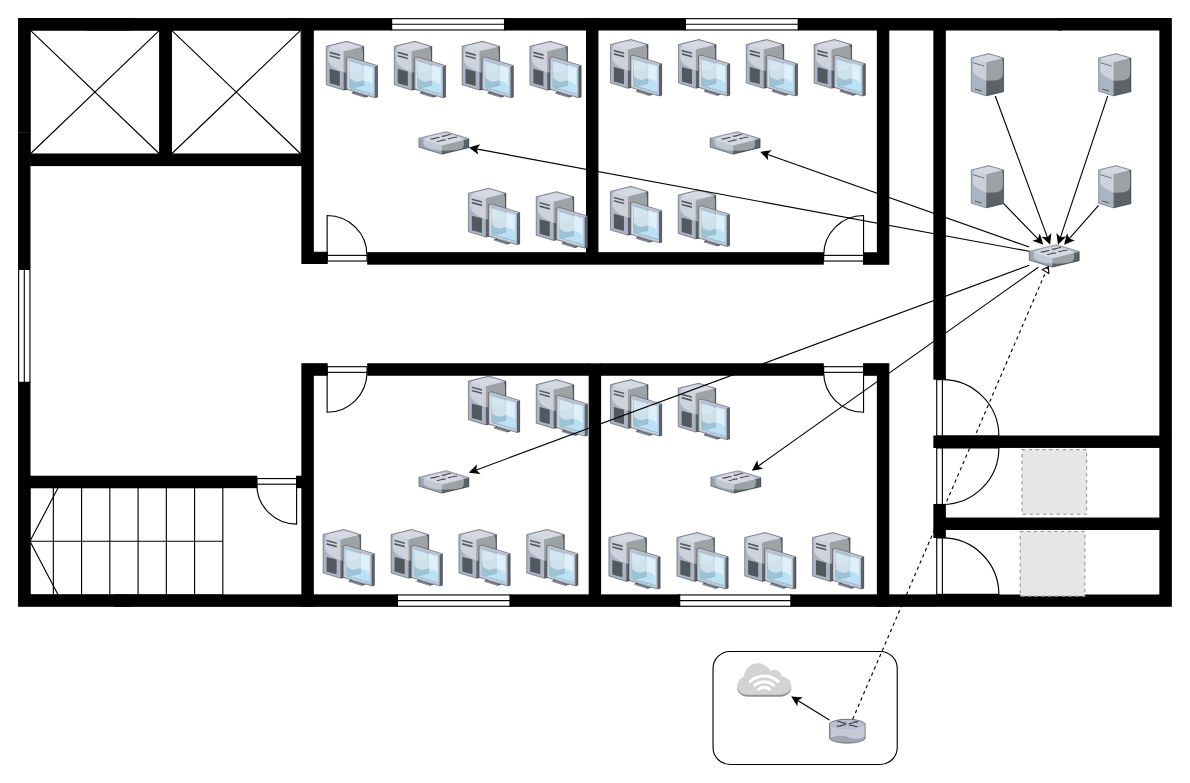
This is page "t3" (3 of 6) of Biểu đồ không có tiêu đề.drawio from thdngh/jdz, a draw.io file, before an edit. Source tidied: cells renumbered, new cells numbered last; positions are measured from the earlier drawing's top-left corner, leaving out a move shared by most shapes. Both pictures are drawn from the tidied source at 113%, with x=0, y=0 at pixel (-33, 18). Pictures stored in the file or linked from it are replaced by grey dashed boxes.
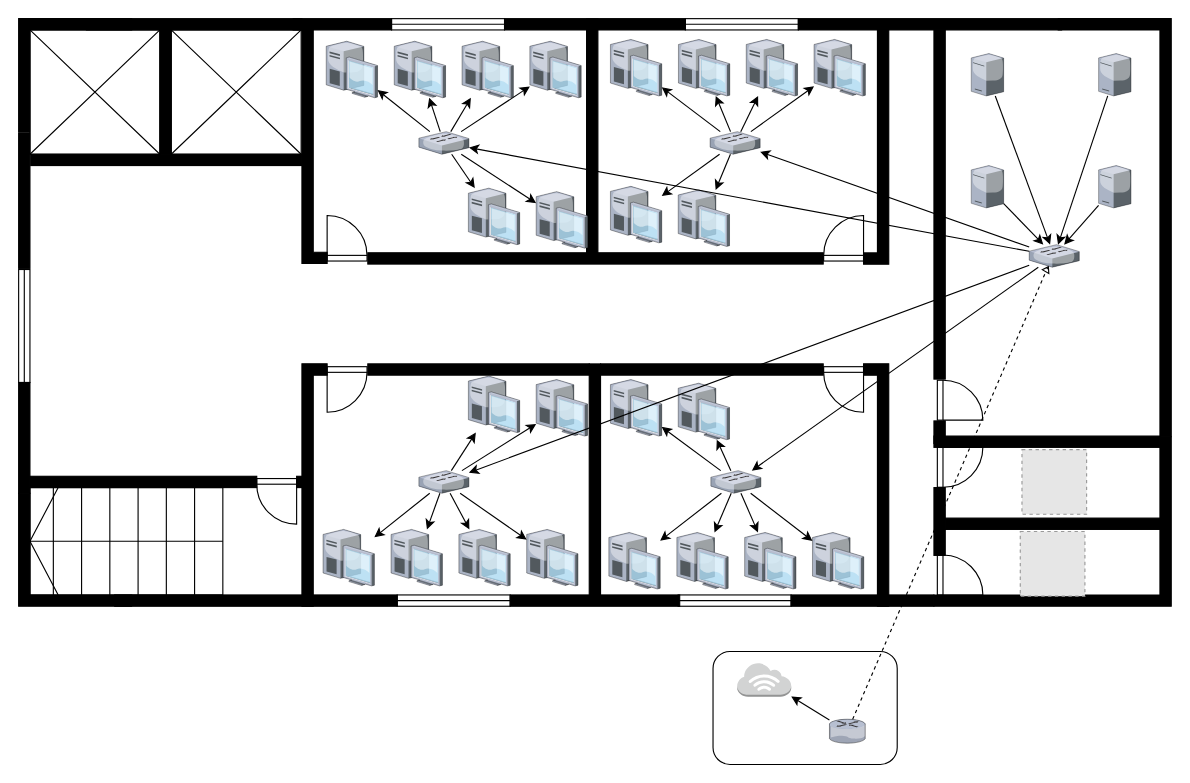
After the change.

Diff of the diagram source:
```diff
@@
-    <mxCell id="35" style="verticalLabelPosition=bottom;html=1;verticalAlign=top;align=center;shape=mxgraph.floorplan.doorRight;fillColor=none;rotation=-90;" parent="1" vertex="1">
-      <mxGeometry x="859" y="378.4" width="50" height="53.1" as="geometry" />
-    </mxCell>
-    <mxCell id="36" style="verticalLabelPosition=bottom;html=1;verticalAlign=top;align=center;shape=mxgraph.floorplan.doorRight;fillColor=none;rotation=-90;flipV=0;flipH=1;" parent="1" vertex="1">
-      <mxGeometry x="859" y="458" width="50" height="53.1" as="geometry" />
-    </mxCell>
     <mxCell id="37" style="verticalLabelPosition=bottom;html=1;verticalAlign=top;align=center;shape=mxgraph.floorplan.wall;fillColor=strokeColor;direction=south;" parent="1" vertex="1">
-      <mxGeometry x="855" y="430" width="10" height="29" as="geometry" />
+      <mxGeometry x="855" y="415" width="10" height="60" as="geometry" />
     </mxCell>
-    <mxCell id="38" style="verticalLabelPosition=bottom;html=1;verticalAlign=top;align=center;shape=mxgraph.floorplan.doorRight;fillColor=none;rotation=-90;flipV=0;flipH=1;" parent="1" vertex="1">
-      <mxGeometry x="859" y="317.9" width="50" height="53.1" as="geometry" />
-    </mxCell>
@@
     <mxCell id="90" style="verticalLabelPosition=bottom;html=1;verticalAlign=top;align=center;shape=mxgraph.floorplan.window;fillColor=none;rotation=-90;" parent="1" vertex="1">
-      <mxGeometry y="266.9" width="100" height="10" as="geometry" />
+      <mxGeometry y="267" width="100" height="10" as="geometry" />
     </mxCell>
@@
+    <mxCell id="99" style="verticalLabelPosition=bottom;html=1;verticalAlign=top;align=center;shape=mxgraph.floorplan.doorLeft;fillColor=none;flipH=1;direction=south;" parent="1" vertex="1">
+      <mxGeometry x="858" y="379.4" width="37.5" height="35.3" as="geometry" />
+    </mxCell>
+    <mxCell id="100" style="verticalLabelPosition=bottom;html=1;verticalAlign=top;align=center;shape=mxgraph.floorplan.doorLeft;fillColor=none;flipH=1;direction=south;flipV=1;" parent="1" vertex="1">
+      <mxGeometry x="858" y="474.7" width="37.5" height="35.3" as="geometry" />
+    </mxCell>
+    <mxCell id="101" style="verticalLabelPosition=bottom;html=1;verticalAlign=top;align=center;shape=mxgraph.floorplan.doorLeft;fillColor=none;flipH=1;direction=south;flipV=1;" parent="1" vertex="1">
+      <mxGeometry x="858" y="320" width="37.5" height="35.3" as="geometry" />
+    </mxCell>
+    <mxCell id="102" style="verticalLabelPosition=bottom;html=1;verticalAlign=top;align=center;shape=mxgraph.floorplan.wall;fillColor=strokeColor;direction=south;" parent="1" vertex="1">
+      <mxGeometry x="855" y="356" width="10" height="20" as="geometry" />
+    </mxCell>
+    <mxCell id="103" style="endArrow=classic;html=1;rounded=0;" parent="1" edge="1">
+      <mxGeometry relative="1" as="geometry">
+        <mxPoint x="408.9" y="100" as="sourcePoint" />
+        <mxPoint x="362.6" y="63.1" as="targetPoint" />
+      </mxGeometry>
+    </mxCell>
+    <mxCell id="104" style="endArrow=classic;html=1;rounded=0;" parent="1" edge="1">
+      <mxGeometry relative="1" as="geometry">
+        <mxPoint x="418.1" y="100" as="sourcePoint" />
+        <mxPoint x="408.3" y="70" as="targetPoint" />
+      </mxGeometry>
+    </mxCell>
+    <mxCell id="105" style="endArrow=classic;html=1;rounded=0;" parent="1" edge="1">
+      <mxGeometry relative="1" as="geometry">
+        <mxPoint x="427.4" y="100" as="sourcePoint" />
+        <mxPoint x="445.2" y="70" as="targetPoint" />
+      </mxGeometry>
+    </mxCell>
+    <mxCell id="106" style="endArrow=classic;html=1;rounded=0;" parent="1" edge="1">
+      <mxGeometry relative="1" as="geometry">
+        <mxPoint x="436.6" y="100" as="sourcePoint" />
+        <mxPoint x="497.4" y="60" as="targetPoint" />
+      </mxGeometry>
+    </mxCell>
+    <mxCell id="107" style="endArrow=classic;html=1;rounded=0;" parent="1" edge="1">
+      <mxGeometry relative="1" as="geometry">
+        <mxPoint x="436.7" y="120" as="sourcePoint" />
+        <mxPoint x="503" y="163.3" as="targetPoint" />
+      </mxGeometry>
+    </mxCell>
+    <mxCell id="108" style="endArrow=classic;html=1;rounded=0;" parent="1" edge="1">
+      <mxGeometry relative="1" as="geometry">
+        <mxPoint x="428.2" y="120" as="sourcePoint" />
+        <mxPoint x="448.7" y="150" as="targetPoint" />
+      </mxGeometry>
+    </mxCell>
+    <mxCell id="109" style="endArrow=classic;html=1;rounded=0;" parent="1" edge="1">
+      <mxGeometry relative="1" as="geometry">
+        <mxPoint x="665.9" y="100" as="sourcePoint" />
+        <mxPoint x="614.1" y="60.7" as="targetPoint" />
+      </mxGeometry>
+    </mxCell>
+    <mxCell id="110" style="endArrow=classic;html=1;rounded=0;" parent="1" edge="1">
+      <mxGeometry relative="1" as="geometry">
+        <mxPoint x="675" y="100" as="sourcePoint" />
+        <mxPoint x="661.9" y="68.4" as="targetPoint" />
+      </mxGeometry>
+    </mxCell>
+    <mxCell id="111" style="endArrow=classic;html=1;rounded=0;" parent="1" edge="1">
+      <mxGeometry relative="1" as="geometry">
+        <mxPoint x="665.3" y="120" as="sourcePoint" />
+        <mxPoint x="614.1" y="157" as="targetPoint" />
+      </mxGeometry>
+    </mxCell>
+    <mxCell id="112" style="endArrow=classic;html=1;rounded=0;" parent="1" edge="1">
+      <mxGeometry relative="1" as="geometry">
+        <mxPoint x="684" y="100" as="sourcePoint" />
+        <mxPoint x="699.4" y="68.4" as="targetPoint" />
+      </mxGeometry>
+    </mxCell>
+    <mxCell id="113" style="endArrow=classic;html=1;rounded=0;" parent="1" edge="1">
+      <mxGeometry relative="1" as="geometry">
+        <mxPoint x="693" y="100" as="sourcePoint" />
+        <mxPoint x="748.9" y="59.8" as="targetPoint" />
+      </mxGeometry>
+    </mxCell>
+    <mxCell id="114" style="endArrow=classic;html=1;rounded=0;" parent="1" edge="1">
+      <mxGeometry relative="1" as="geometry">
+        <mxPoint x="674.9" y="120" as="sourcePoint" />
+        <mxPoint x="661.8" y="151.6" as="targetPoint" />
+      </mxGeometry>
+    </mxCell>
+    <mxCell id="115" style="endArrow=classic;html=1;rounded=0;" parent="1" edge="1">
+      <mxGeometry relative="1" as="geometry">
+        <mxPoint x="427.9" y="400" as="sourcePoint" />
+        <mxPoint x="449.6" y="366.3" as="targetPoint" />
+      </mxGeometry>
+    </mxCell>
+    <mxCell id="116" style="endArrow=classic;html=1;rounded=0;" parent="1" edge="1">
+      <mxGeometry relative="1" as="geometry">
+        <mxPoint x="437.3" y="400" as="sourcePoint" />
+        <mxPoint x="503" y="358.7" as="targetPoint" />
+      </mxGeometry>
+    </mxCell>
+    <mxCell id="117" style="endArrow=classic;html=1;rounded=0;" parent="1" edge="1">
+      <mxGeometry relative="1" as="geometry">
+        <mxPoint x="435.7" y="420" as="sourcePoint" />
+        <mxPoint x="494.6" y="461.1" as="targetPoint" />
+      </mxGeometry>
+    </mxCell>
+    <mxCell id="118" style="endArrow=classic;html=1;rounded=0;" parent="1" edge="1">
+      <mxGeometry relative="1" as="geometry">
+        <mxPoint x="426.8" y="420" as="sourcePoint" />
+        <mxPoint x="443.9" y="452" as="targetPoint" />
+      </mxGeometry>
+    </mxCell>
+    <mxCell id="119" style="endArrow=classic;html=1;rounded=0;" parent="1" edge="1">
+      <mxGeometry relative="1" as="geometry">
+        <mxPoint x="417.8" y="420" as="sourcePoint" />
+        <mxPoint x="406.3" y="452" as="targetPoint" />
+      </mxGeometry>
+    </mxCell>
+    <mxCell id="120" style="endArrow=classic;html=1;rounded=0;" parent="1" edge="1">
+      <mxGeometry relative="1" as="geometry">
+        <mxPoint x="408.8" y="420" as="sourcePoint" />
+        <mxPoint x="359.8" y="459" as="targetPoint" />
+      </mxGeometry>
+    </mxCell>
+    <mxCell id="121" style="endArrow=classic;html=1;rounded=0;" parent="1" edge="1">
+      <mxGeometry relative="1" as="geometry">
+        <mxPoint x="666.3" y="400" as="sourcePoint" />
+        <mxPoint x="614.1" y="361.3" as="targetPoint" />
+      </mxGeometry>
+    </mxCell>
+    <mxCell id="122" style="endArrow=classic;html=1;rounded=0;" parent="1" edge="1">
+      <mxGeometry relative="1" as="geometry">
+        <mxPoint x="675.3" y="400" as="sourcePoint" />
+        <mxPoint x="662.8" y="372.6" as="targetPoint" />
+      </mxGeometry>
+    </mxCell>
+    <mxCell id="123" style="endArrow=classic;html=1;rounded=0;" parent="1" edge="1">
+      <mxGeometry relative="1" as="geometry">
+        <mxPoint x="666.9" y="420" as="sourcePoint" />
+        <mxPoint x="612.7" y="462.1" as="targetPoint" />
+      </mxGeometry>
+    </mxCell>
+    <mxCell id="124" style="endArrow=classic;html=1;rounded=0;" parent="1" edge="1">
+      <mxGeometry relative="1" as="geometry">
+        <mxPoint x="675.6" y="420" as="sourcePoint" />
+        <mxPoint x="660.8" y="454.7" as="targetPoint" />
+      </mxGeometry>
+    </mxCell>
+    <mxCell id="125" style="endArrow=classic;html=1;rounded=0;" parent="1" edge="1">
+      <mxGeometry relative="1" as="geometry">
+        <mxPoint x="684.2" y="420" as="sourcePoint" />
+        <mxPoint x="699.3" y="454.7" as="targetPoint" />
+      </mxGeometry>
+    </mxCell>
+    <mxCell id="126" style="endArrow=classic;html=1;rounded=0;" parent="1" edge="1">
+      <mxGeometry relative="1" as="geometry">
+        <mxPoint x="692.8" y="420" as="sourcePoint" />
+        <mxPoint x="747.5" y="462.2" as="targetPoint" />
+      </mxGeometry>
+    </mxCell>
```
